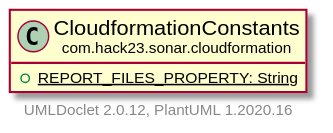
The PlantUML diagram testapidocs/com/hack23/sonar/cloudformation/CloudformationConstants.svg in Hack23/sonar-cloudformation-plugin, before a commit.
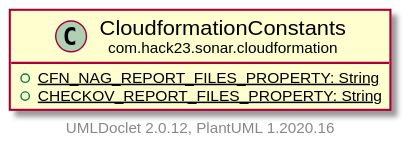
After the commit.

The edit, as a diff of the source:
```diff
@@ -4,7 +4,8 @@
     hide empty methods
 
     class "<size:14>CloudformationConstants\n<size:10>com.hack23.sonar.cloudformation" as com.hack23.sonar.cloudformation.CloudformationConstants [[CloudformationConstants.html]] {
-        {static} +REPORT_FILES_PROPERTY: String
+        {static} +CFN_NAG_REPORT_FILES_PROPERTY: String
+        {static} +CHECKOV_REPORT_FILES_PROPERTY: String
     }
 
     center footer UMLDoclet 2.0.12, PlantUML 1.2020.16
```
